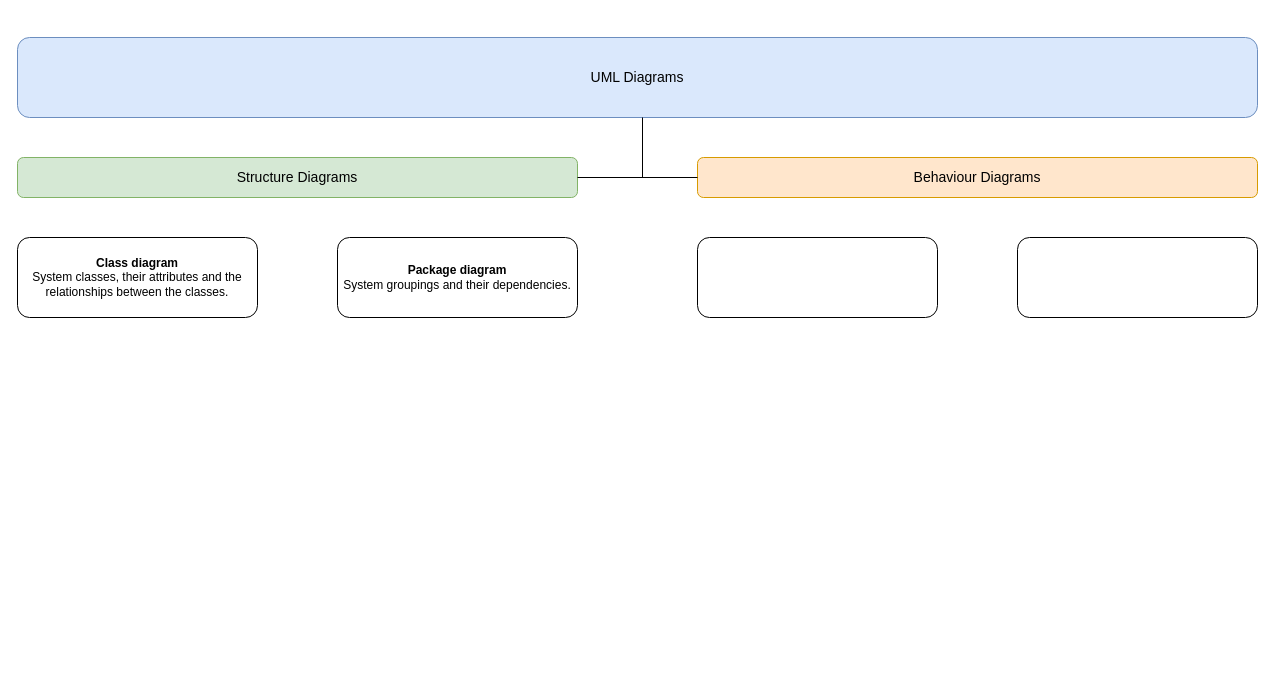
Earlier version of the draw.io diagram UML.drawio (tyk1hc/drawio). Source tidied: cells renumbered, new cells numbered last; positions are measured from the earlier drawing's top-left corner, leaving out a move shared by most shapes. Both pictures are drawn from the tidied source at 100%, with x=0, y=0 at pixel (17, 37).
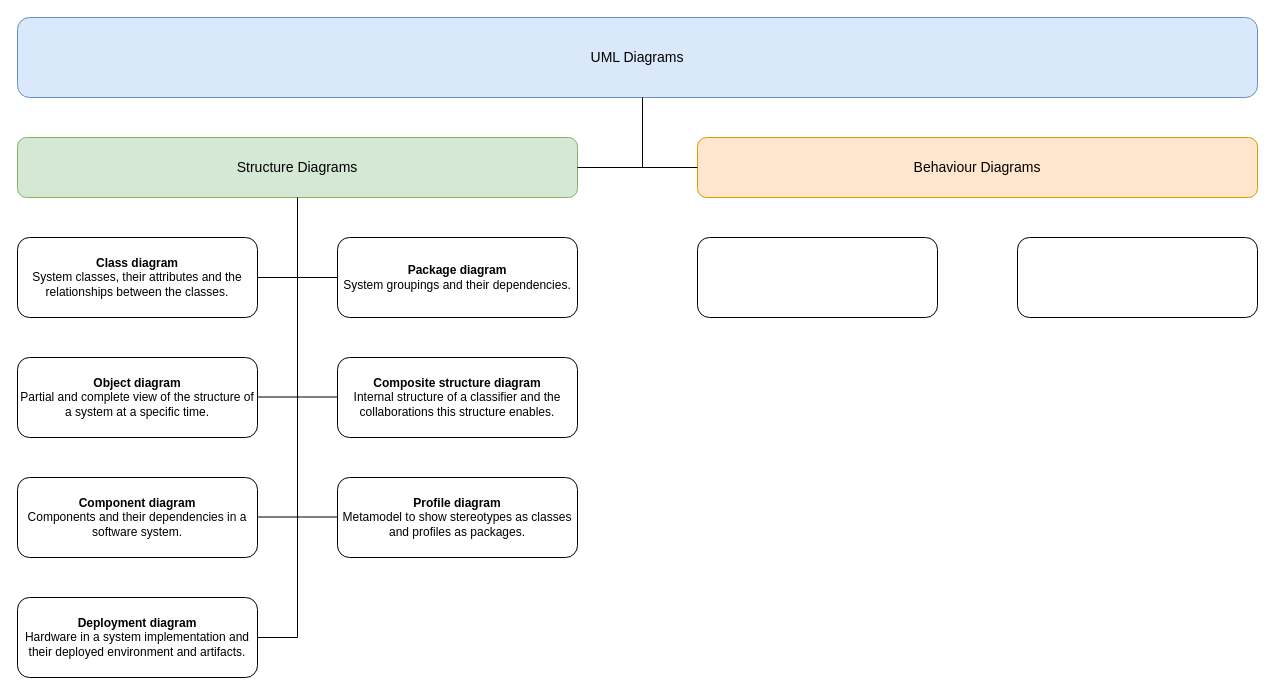
Above is the later version.

The change refers to these unchanged cells:
```xml
<mxCell id="7" value="&lt;b&gt;Package diagram&lt;br&gt;&lt;/b&gt;System groupings and their dependencies.&lt;b&gt;&lt;br&gt;&lt;/b&gt;" style="rounded=1;whiteSpace=wrap;html=1;" parent="1" vertex="1">
  <mxGeometry x="320" y="200" width="240" height="80" as="geometry" />
</mxCell>
<mxCell id="8" value="&lt;b&gt;Class diagram&lt;/b&gt;&lt;br&gt;System classes, their attributes and the relationships between the classes." style="rounded=1;whiteSpace=wrap;html=1;" parent="1" vertex="1">
  <mxGeometry y="200" width="240" height="80" as="geometry" />
</mxCell>
```

Diff of the diagram source:
```diff
@@
     <mxCell id="2" value="&lt;div&gt;&lt;font style=&quot;font-size: 14px;&quot;&gt;UML Diagrams&lt;/font&gt;&lt;/div&gt;" style="rounded=1;whiteSpace=wrap;html=1;fillColor=#dae8fc;strokeColor=#6c8ebf;" parent="1" vertex="1">
-      <mxGeometry width="1240" height="80" as="geometry" />
+      <mxGeometry y="-20" width="1240" height="80" as="geometry" />
     </mxCell>
     <mxCell id="3" value="&lt;font style=&quot;font-size: 14px;&quot;&gt;Structure Diagrams&lt;/font&gt;" style="rounded=1;whiteSpace=wrap;html=1;fillColor=#d5e8d4;strokeColor=#82b366;" parent="1" vertex="1">
-      <mxGeometry y="120" width="560" height="40" as="geometry" />
+      <mxGeometry y="100" width="560" height="60" as="geometry" />
     </mxCell>
     <mxCell id="4" value="&lt;font style=&quot;font-size: 14px;&quot;&gt;Behaviour Diagrams&lt;/font&gt;" style="rounded=1;whiteSpace=wrap;html=1;fillColor=#ffe6cc;strokeColor=#d79b00;" parent="1" vertex="1">
-      <mxGeometry x="680" y="120" width="560" height="40" as="geometry" />
+      <mxGeometry x="680" y="100" width="560" height="60" as="geometry" />
     </mxCell>
     <mxCell id="5" style="endArrow=none;html=1;rounded=0;" parent="1" edge="1">
       <mxGeometry relative="1" as="geometry">
-        <mxPoint x="625" y="140" as="sourcePoint" />
-        <mxPoint x="625" y="80" as="targetPoint" />
+        <mxPoint x="625" y="130" as="sourcePoint" />
+        <mxPoint x="625" y="60" as="targetPoint" />
       </mxGeometry>
     </mxCell>
@@
+    <mxCell id="11" value="&lt;div&gt;&lt;b&gt;Object diagram&lt;/b&gt;&lt;/div&gt;&lt;div&gt;Partial and complete view of the structure of a system at a specific time.&lt;/div&gt;" style="rounded=1;whiteSpace=wrap;html=1;" parent="1" vertex="1">
+      <mxGeometry y="320" width="240" height="80" as="geometry" />
+    </mxCell>
+    <mxCell id="12" value="&lt;div&gt;&lt;b&gt;Component diagram&lt;/b&gt;&lt;/div&gt;&lt;div&gt;Components and their dependencies in a software system.&lt;/div&gt;" style="rounded=1;whiteSpace=wrap;html=1;" parent="1" vertex="1">
+      <mxGeometry y="440" width="240" height="80" as="geometry" />
+    </mxCell>
+    <mxCell id="13" value="&lt;div&gt;&lt;b&gt;Deployment diagram&lt;/b&gt;&lt;br&gt;&lt;/div&gt;&lt;div&gt;Hardware in a system implementation and their deployed environment and artifacts.&lt;/div&gt;" style="rounded=1;whiteSpace=wrap;html=1;" parent="1" vertex="1">
+      <mxGeometry y="560" width="240" height="80" as="geometry" />
+    </mxCell>
+    <mxCell id="14" value="&lt;b&gt;Composite structure diagram&lt;/b&gt;&lt;br&gt;Internal structure of a classifier and the collaborations this structure enables." style="rounded=1;whiteSpace=wrap;html=1;" parent="1" vertex="1">
+      <mxGeometry x="320" y="320" width="240" height="80" as="geometry" />
+    </mxCell>
+    <mxCell id="15" value="&lt;div&gt;&lt;b&gt;Profile diagram&lt;/b&gt;&lt;br&gt;&lt;/div&gt;&lt;div&gt;Metamodel to show stereotypes as classes and profiles as packages.&lt;/div&gt;" style="rounded=1;whiteSpace=wrap;html=1;" parent="1" vertex="1">
+      <mxGeometry x="320" y="440" width="240" height="80" as="geometry" />
+    </mxCell>
+    <mxCell id="16" style="endArrow=none;html=1;rounded=0;" parent="1" edge="1">
+      <mxGeometry relative="1" as="geometry">
+        <mxPoint x="280" y="600" as="sourcePoint" />
+        <mxPoint x="280" y="160" as="targetPoint" />
+      </mxGeometry>
+    </mxCell>
+    <mxCell id="17" style="endArrow=none;html=1;rounded=0;exitX=1;exitY=0.5;exitDx=0;exitDy=0;" parent="1" edge="1" source="13">
+      <mxGeometry relative="1" as="geometry">
+        <mxPoint x="280" y="600" as="targetPoint" />
+      </mxGeometry>
+    </mxCell>
+    <mxCell id="18" style="endArrow=none;html=1;rounded=0;exitX=1;exitY=0.5;exitDx=0;exitDy=0;entryX=0;entryY=0.5;entryDx=0;entryDy=0;" parent="1" edge="1" source="8" target="7">
+      <mxGeometry relative="1" as="geometry" />
+    </mxCell>
+    <mxCell id="19" style="endArrow=none;html=1;rounded=0;exitX=1;exitY=0.5;exitDx=0;exitDy=0;entryX=0;entryY=0.5;entryDx=0;entryDy=0;" parent="1" edge="1">
+      <mxGeometry relative="1" as="geometry">
+        <mxPoint x="240" y="359.5" as="sourcePoint" />
+        <mxPoint x="320" y="359.5" as="targetPoint" />
+      </mxGeometry>
+    </mxCell>
+    <mxCell id="20" style="endArrow=none;html=1;rounded=0;exitX=1;exitY=0.5;exitDx=0;exitDy=0;entryX=0;entryY=0.5;entryDx=0;entryDy=0;" parent="1" edge="1">
+      <mxGeometry relative="1" as="geometry">
+        <mxPoint x="240" y="479.5" as="sourcePoint" />
+        <mxPoint x="320" y="479.5" as="targetPoint" />
+      </mxGeometry>
+    </mxCell>
```
